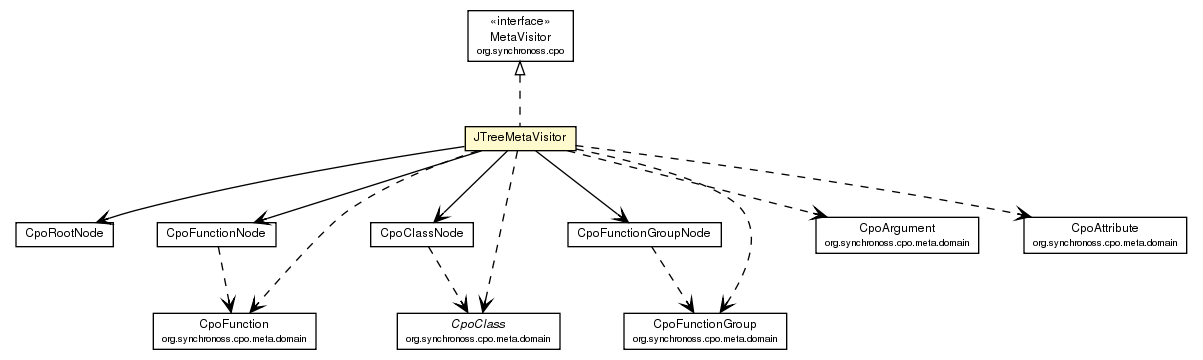
Above: site/apidocs/org/synchronoss/cpo/util/JTreeMetaVisitor.png in synchronoss/cpo-util (Graphviz), before the change. Its source is kept beside it as site/apidocs/org/synchronoss/cpo/util/JTreeMetaVisitor.dot.
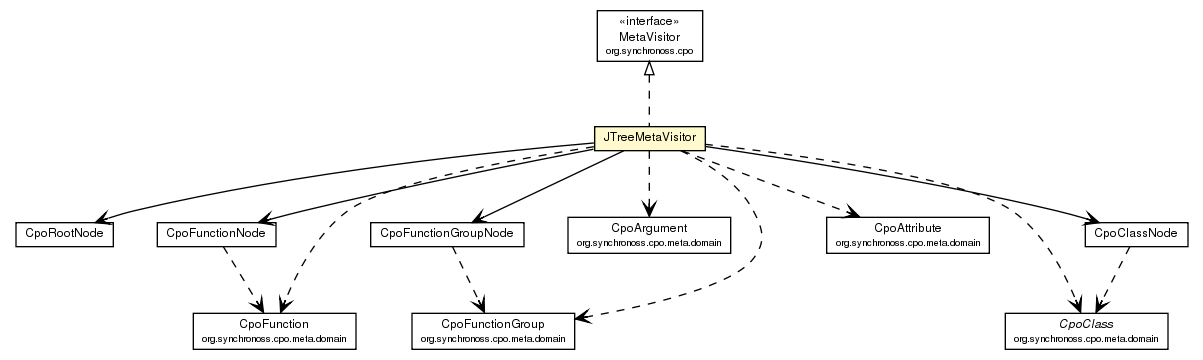
Later version of the same file.

Change to the diagram source:
```diff
@@ -32,39 +32,39 @@
 	c1707:p -> c1723:p [taillabel="", label="", headlabel="", fontname="Helvetica", fontcolor="black", fontsize=10.0, color="black", arrowhead=open];
 	c1707:p -> c1728:p [taillabel="", label="", headlabel="", fontname="Helvetica", fontcolor="black", fontsize=10.0, color="black", arrowhead=open];
 	c1707:p -> c1721:p [taillabel="", label="", headlabel="", fontname="Helvetica", fontcolor="black", fontsize=10.0, color="black", arrowhead=open];
-	c1707:p -> c1766:p [taillabel="", label="", headlabel="", fontname="Helvetica", fontcolor="black", fontsize=10.0, color="black", arrowhead=open, style=dashed];
+	c1707:p -> c1765:p [taillabel="", label="", headlabel="", fontname="Helvetica", fontcolor="black", fontsize=10.0, color="black", arrowhead=open, style=dashed];
 	c1707:p -> c1767:p [taillabel="", label="", headlabel="", fontname="Helvetica", fontcolor="black", fontsize=10.0, color="black", arrowhead=open, style=dashed];
 	c1707:p -> c1768:p [taillabel="", label="", headlabel="", fontname="Helvetica", fontcolor="black", fontsize=10.0, color="black", arrowhead=open, style=dashed];
 	c1707:p -> c1769:p [taillabel="", label="", headlabel="", fontname="Helvetica", fontcolor="black", fontsize=10.0, color="black", arrowhead=open, style=dashed];
 	c1707:p -> c1770:p [taillabel="", label="", headlabel="", fontname="Helvetica", fontcolor="black", fontsize=10.0, color="black", arrowhead=open, style=dashed];
-	c1721:p -> c1767:p [taillabel="", label="", headlabel="", fontname="Helvetica", fontcolor="black", fontsize=10.0, color="black", arrowhead=open, style=dashed];
-	c1723:p -> c1768:p [taillabel="", label="", headlabel="", fontname="Helvetica", fontcolor="black", fontsize=10.0, color="black", arrowhead=open, style=dashed];
-	c1728:p -> c1766:p [taillabel="", label="", headlabel="", fontname="Helvetica", fontcolor="black", fontsize=10.0, color="black", arrowhead=open, style=dashed];
-	c1768 [label=<<table border="0" cellborder="1" cellspacing="0" cellpadding="2" port="p" href="http://java.sun.com/j2se/1.4.2/docs/api/org/synchronoss/cpo/meta/domain/CpoClass.html">
+	c1721:p -> c1769:p [taillabel="", label="", headlabel="", fontname="Helvetica", fontcolor="black", fontsize=10.0, color="black", arrowhead=open, style=dashed];
+	c1723:p -> c1770:p [taillabel="", label="", headlabel="", fontname="Helvetica", fontcolor="black", fontsize=10.0, color="black", arrowhead=open, style=dashed];
+	c1728:p -> c1767:p [taillabel="", label="", headlabel="", fontname="Helvetica", fontcolor="black", fontsize=10.0, color="black", arrowhead=open, style=dashed];
+	c1770 [label=<<table border="0" cellborder="1" cellspacing="0" cellpadding="2" port="p" href="http://java.sun.com/j2se/1.4.2/docs/api/org/synchronoss/cpo/meta/domain/CpoClass.html">
 		<tr><td><table border="0" cellspacing="0" cellpadding="1">
 			<tr><td><font face="Helvetica-Oblique"> CpoClass </font></td></tr>
 			<tr><td><font point-size="7.0"> org.synchronoss.cpo.meta.domain </font></td></tr>
 		</table></td></tr>
 		</table>>, fontname="Helvetica", fontcolor="black", fontsize=9.0];
-	c1769 [label=<<table border="0" cellborder="1" cellspacing="0" cellpadding="2" port="p" href="http://java.sun.com/j2se/1.4.2/docs/api/org/synchronoss/cpo/meta/domain/CpoArgument.html">
+	c1765 [label=<<table border="0" cellborder="1" cellspacing="0" cellpadding="2" port="p" href="http://java.sun.com/j2se/1.4.2/docs/api/org/synchronoss/cpo/meta/domain/CpoArgument.html">
 		<tr><td><table border="0" cellspacing="0" cellpadding="1">
 			<tr><td> CpoArgument </td></tr>
 			<tr><td><font point-size="7.0"> org.synchronoss.cpo.meta.domain </font></td></tr>
 		</table></td></tr>
 		</table>>, fontname="Helvetica", fontcolor="black", fontsize=9.0];
-	c1770 [label=<<table border="0" cellborder="1" cellspacing="0" cellpadding="2" port="p" href="http://java.sun.com/j2se/1.4.2/docs/api/org/synchronoss/cpo/meta/domain/CpoAttribute.html">
+	c1768 [label=<<table border="0" cellborder="1" cellspacing="0" cellpadding="2" port="p" href="http://java.sun.com/j2se/1.4.2/docs/api/org/synchronoss/cpo/meta/domain/CpoAttribute.html">
 		<tr><td><table border="0" cellspacing="0" cellpadding="1">
 			<tr><td> CpoAttribute </td></tr>
 			<tr><td><font point-size="7.0"> org.synchronoss.cpo.meta.domain </font></td></tr>
 		</table></td></tr>
 		</table>>, fontname="Helvetica", fontcolor="black", fontsize=9.0];
-	c1767 [label=<<table border="0" cellborder="1" cellspacing="0" cellpadding="2" port="p" href="http://java.sun.com/j2se/1.4.2/docs/api/org/synchronoss/cpo/meta/domain/CpoFunction.html">
+	c1769 [label=<<table border="0" cellborder="1" cellspacing="0" cellpadding="2" port="p" href="http://java.sun.com/j2se/1.4.2/docs/api/org/synchronoss/cpo/meta/domain/CpoFunction.html">
 		<tr><td><table border="0" cellspacing="0" cellpadding="1">
 			<tr><td> CpoFunction </td></tr>
 			<tr><td><font point-size="7.0"> org.synchronoss.cpo.meta.domain </font></td></tr>
 		</table></td></tr>
 		</table>>, fontname="Helvetica", fontcolor="black", fontsize=9.0];
-	c1766 [label=<<table border="0" cellborder="1" cellspacing="0" cellpadding="2" port="p" href="http://java.sun.com/j2se/1.4.2/docs/api/org/synchronoss/cpo/meta/domain/CpoFunctionGroup.html">
+	c1767 [label=<<table border="0" cellborder="1" cellspacing="0" cellpadding="2" port="p" href="http://java.sun.com/j2se/1.4.2/docs/api/org/synchronoss/cpo/meta/domain/CpoFunctionGroup.html">
 		<tr><td><table border="0" cellspacing="0" cellpadding="1">
 			<tr><td> CpoFunctionGroup </td></tr>
 			<tr><td><font point-size="7.0"> org.synchronoss.cpo.meta.domain </font></td></tr>
```
